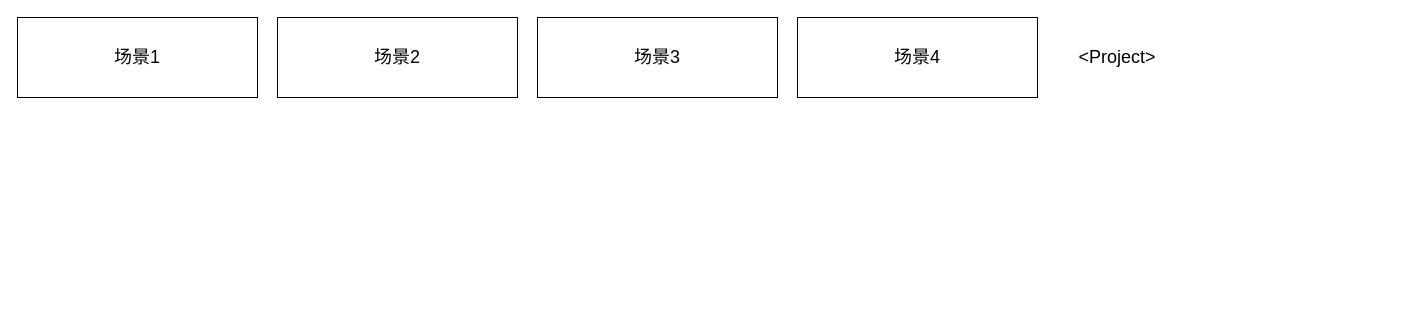
WenboLi-CN-DE/DrawIO_remote keeps this draw.io diagram as page "Dictionary" (5 of 5) of Swire_Project_Structure_Analysis.drawio. Above is the earlier version. Source tidied: cells renumbered, new cells numbered last; positions are measured from the earlier drawing's top-left corner, leaving out a move shared by most shapes. Both pictures are drawn from the tidied source at 100%, with x=0, y=0 at pixel (17, 17).
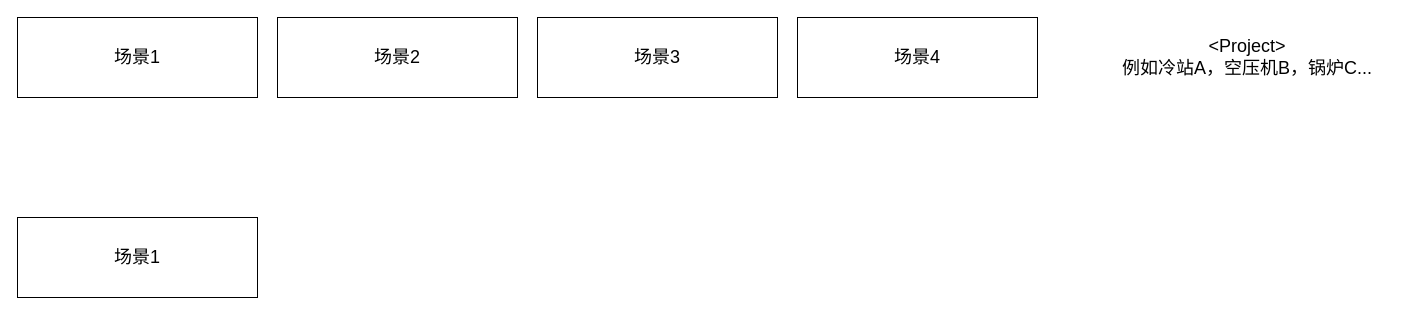
After the change.

Change to the diagram source:
```diff
@@
 <mxGraphModel>
   <root>
     <mxCell id="0" />
     <mxCell id="1" parent="0" />
     <mxCell id="2" value="&lt;font style=&quot;font-size: 18px;&quot;&gt;场景1&lt;/font&gt;" style="rounded=0;whiteSpace=wrap;html=1;" parent="1" vertex="1">
       <mxGeometry width="240" height="80" as="geometry" />
     </mxCell>
     <mxCell id="3" value="&lt;font style=&quot;font-size: 18px;&quot;&gt;场景2&lt;/font&gt;" style="rounded=0;whiteSpace=wrap;html=1;" parent="1" vertex="1">
       <mxGeometry x="260" width="240" height="80" as="geometry" />
     </mxCell>
     <mxCell id="4" value="&lt;font style=&quot;font-size: 18px;&quot;&gt;场景3&lt;/font&gt;" style="rounded=0;whiteSpace=wrap;html=1;" parent="1" vertex="1">
       <mxGeometry x="520" width="240" height="80" as="geometry" />
     </mxCell>
     <mxCell id="5" value="&lt;font style=&quot;font-size: 18px;&quot;&gt;场景4&lt;/font&gt;" style="rounded=0;whiteSpace=wrap;html=1;" parent="1" vertex="1">
       <mxGeometry x="780" width="240" height="80" as="geometry" />
     </mxCell>
-    <mxCell id="6" value="&lt;font style=&quot;font-size: 18px;&quot;&gt;&amp;lt;Project&amp;gt;&lt;/font&gt;" style="text;html=1;align=center;verticalAlign=middle;whiteSpace=wrap;rounded=0;" parent="1" vertex="1">
-      <mxGeometry x="1070" y="25" width="60" height="30" as="geometry" />
+    <mxCell id="6" value="&lt;font style=&quot;font-size: 18px;&quot;&gt;&amp;lt;Project&amp;gt;&lt;br&gt;例如冷站A，空压机B，锅炉C...&lt;/font&gt;" style="text;html=1;align=center;verticalAlign=middle;whiteSpace=wrap;rounded=0;" parent="1" vertex="1">
+      <mxGeometry x="1070" y="25" width="320" height="30" as="geometry" />
     </mxCell>
+    <mxCell id="7" value="&lt;font style=&quot;font-size: 18px;&quot;&gt;场景1&lt;/font&gt;" style="rounded=0;whiteSpace=wrap;html=1;" parent="1" vertex="1">
+      <mxGeometry y="200" width="240" height="80" as="geometry" />
+    </mxCell>
   </root>
 </mxGraphModel>
```
